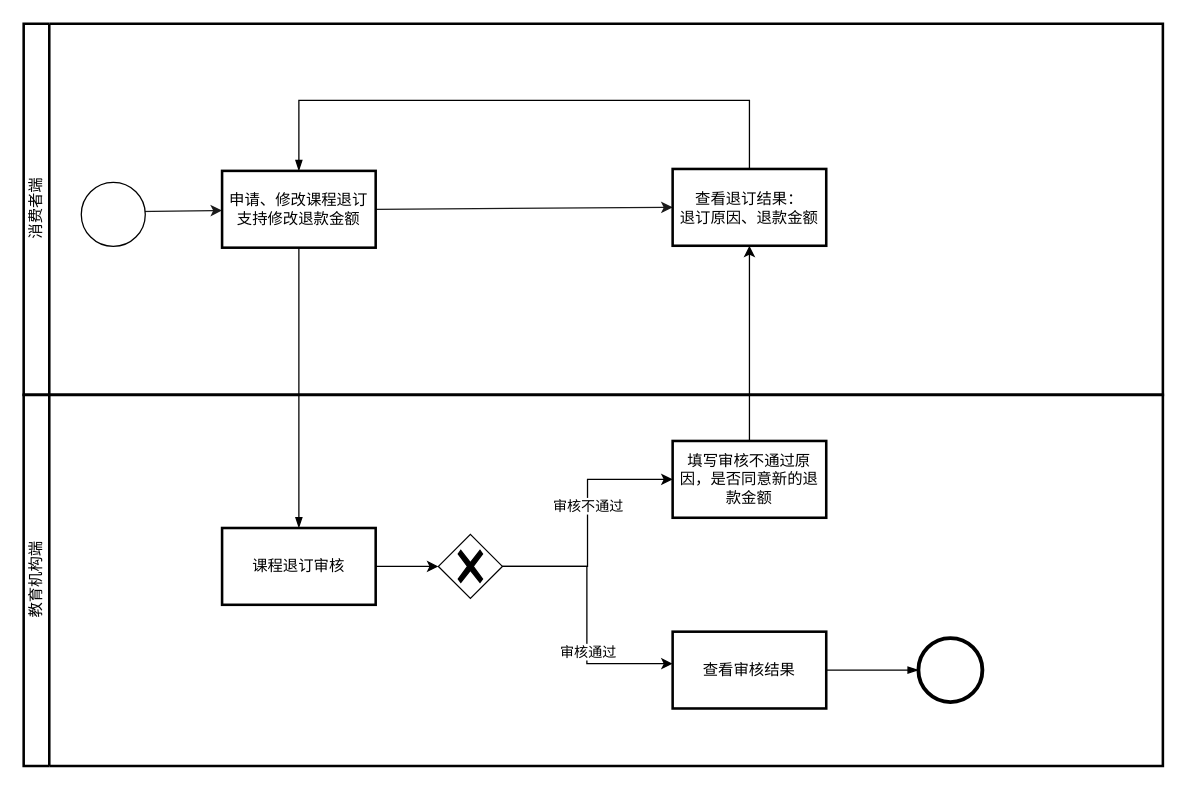
Earlier version of the draw.io diagram page "课程退订" (3 of 4) of docs/资金监管平台流程图.drawio (cuitaocrazy/supervision). Source tidied: cells renumbered, new cells numbered last; positions are measured from the earlier drawing's top-left corner, leaving out a move shared by most shapes. Both pictures are drawn from the tidied source at 128%, with x=0, y=0 at pixel (23, 23).
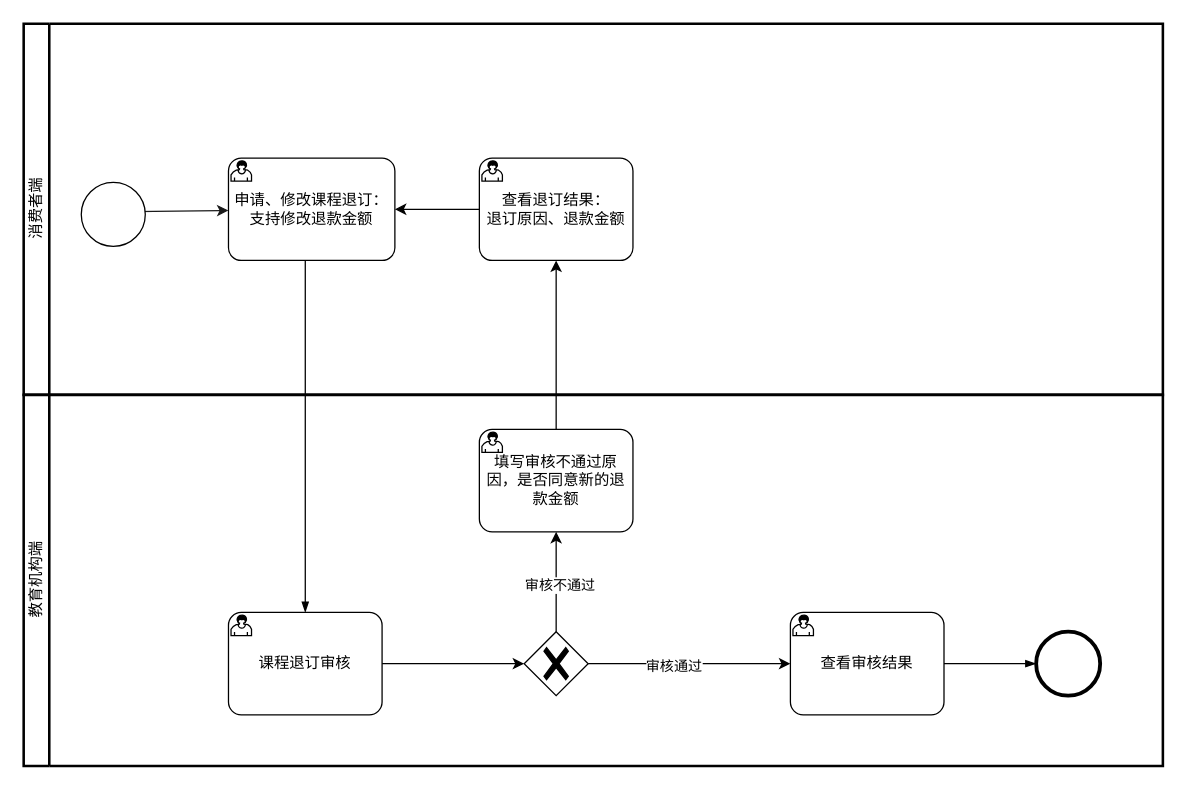
After the change.

Unchanged cells that the change refers to:
```xml
<mxCell id="2" value="消费者端" style="swimlane;html=1;startSize=20;fontStyle=0;horizontal=0;swimlaneLine=1;swimlaneFillColor=#ffffff;strokeWidth=2;" parent="1" vertex="1">
  <mxGeometry width="890" height="290" as="geometry" />
</mxCell>
<mxCell id="9" value="教育机构端" style="swimlane;html=1;startSize=20;fontStyle=0;horizontal=0;swimlaneLine=1;swimlaneFillColor=#ffffff;strokeWidth=2;" parent="1" vertex="1">
  <mxGeometry y="290" width="890" height="290" as="geometry" />
</mxCell>
```

What changed in the source:
```diff
@@
-    <mxCell id="3" style="edgeStyle=none;html=1;strokeColor=#1A1A1A;" parent="2" edge="1" target="5">
+    <mxCell id="3" style="edgeStyle=none;html=1;strokeColor=#1A1A1A;" parent="2" edge="1" target="23">
       <mxGeometry relative="1" as="geometry">
         <mxPoint x="85" y="146.9" as="sourcePoint" />
       </mxGeometry>
     </mxCell>
-    <mxCell id="4" style="edgeStyle=none;html=1;exitX=1;exitY=0.5;exitDx=0;exitDy=0;entryX=0;entryY=0.5;entryDx=0;entryDy=0;strokeColor=#1A1A1A;" parent="2" edge="1" source="5" target="6">
-      <mxGeometry relative="1" as="geometry" />
-    </mxCell>
-    <mxCell id="5" value="申请、修改课程退订&lt;br&gt;支持修改退款金额" style="whiteSpace=wrap;html=1;strokeWidth=2;" parent="2" vertex="1">
-      <mxGeometry x="155" y="115" width="120" height="60" as="geometry" />
-    </mxCell>
+    <mxCell id="7" style="shape=mxgraph.bpmn.event;html=1;verticalLabelPosition=bottom;labelBackgroundColor=#ffffff;verticalAlign=top;align=center;perimeter=ellipsePerimeter;outline=standard;symbol=general;" parent="2" vertex="1">
+      <mxGeometry x="45" y="124" width="50" height="50" as="geometry" />
+    </mxCell>
+    <mxCell id="23" value="申请、修改课程退订：&#10;支持修改退款金额" style="points=[[0.25,0,0],[0.5,0,0],[0.75,0,0],[1,0.25,0],[1,0.5,0],[1,0.75,0],[0.75,1,0],[0.5,1,0],[0.25,1,0],[0,0.75,0],[0,0.5,0],[0,0.25,0]];shape=mxgraph.bpmn.task;whiteSpace=wrap;rectStyle=rounded;size=10;taskMarker=user;" parent="2" vertex="1">
+      <mxGeometry x="160" y="105" width="130" height="80" as="geometry" />
+    </mxCell>
+    <mxCell id="24" style="edgeStyle=orthogonalEdgeStyle;rounded=0;jettySize=auto;html=1;entryX=1;entryY=0.5;entryDx=0;entryDy=0;entryPerimeter=0;" parent="2" edge="1" source="6" target="23">
+      <mxGeometry relative="1" as="geometry" />
+    </mxCell>
-    <mxCell id="6" value="查看退订结果：&lt;br&gt;退订原因、退款金额" style="whiteSpace=wrap;html=1;strokeWidth=2;" parent="2" vertex="1">
-      <mxGeometry x="507" y="113.5" width="120" height="60" as="geometry" />
+    <mxCell id="6" value="查看退订结果：&#10;退订原因、退款金额" style="points=[[0.25,0,0],[0.5,0,0],[0.75,0,0],[1,0.25,0],[1,0.5,0],[1,0.75,0],[0.75,1,0],[0.5,1,0],[0.25,1,0],[0,0.75,0],[0,0.5,0],[0,0.25,0]];shape=mxgraph.bpmn.task;whiteSpace=wrap;rectStyle=rounded;size=10;taskMarker=user;" parent="2" vertex="1">
+      <mxGeometry x="356" y="105" width="120" height="80" as="geometry" />
     </mxCell>
-    <mxCell id="7" style="shape=mxgraph.bpmn.event;html=1;verticalLabelPosition=bottom;labelBackgroundColor=#ffffff;verticalAlign=top;align=center;perimeter=ellipsePerimeter;outline=standard;symbol=general;" parent="2" vertex="1">
-      <mxGeometry x="45" y="124" width="50" height="50" as="geometry" />
-    </mxCell>
-    <mxCell id="8" style="edgeStyle=elbowEdgeStyle;fontSize=12;html=1;endArrow=blockThin;endFill=1;rounded=0;" parent="2" edge="1" source="6" target="5">
-      <mxGeometry relative="1" as="geometry">
-        <Array as="points">
-          <mxPoint x="390" y="60" />
-        </Array>
-      </mxGeometry>
-    </mxCell>
@@
-    <mxCell id="11" value="课程退订审核" style="whiteSpace=wrap;html=1;strokeWidth=2;" parent="9" vertex="1">
-      <mxGeometry x="155" y="104" width="120" height="60" as="geometry" />
-    </mxCell>
-    <mxCell id="12" value="填写审核不通过原因，是否同意新的退款金额" style="whiteSpace=wrap;html=1;strokeWidth=2;" parent="9" vertex="1">
-      <mxGeometry x="507" y="36" width="120" height="60" as="geometry" />
-    </mxCell>
-    <mxCell id="13" value="查看审核结果" style="whiteSpace=wrap;html=1;strokeWidth=2;" parent="9" vertex="1">
-      <mxGeometry x="507" y="185" width="120" height="60" as="geometry" />
-    </mxCell>
-    <mxCell id="14" style="edgeStyle=orthogonalEdgeStyle;rounded=0;jettySize=auto;html=1;entryX=0;entryY=0.5;entryDx=0;entryDy=0;" parent="9" edge="1" source="18" target="12">
+    <mxCell id="14" style="edgeStyle=orthogonalEdgeStyle;rounded=0;jettySize=auto;html=1;" parent="9" edge="1" source="18" target="12">
       <mxGeometry relative="1" as="geometry" />
     </mxCell>
     <mxCell id="15" value="审核不通过" style="edgeLabel;html=1;align=center;verticalAlign=middle;" parent="14" vertex="1">
-      <mxGeometry x="0.13" y="1" relative="1" as="geometry">
-        <mxPoint x="1" as="offset" />
-      </mxGeometry>
+      <mxGeometry x="-0.05" y="-2" relative="1" as="geometry" />
     </mxCell>
-    <mxCell id="16" style="edgeStyle=orthogonalEdgeStyle;rounded=0;jettySize=auto;html=1;" parent="9" edge="1" target="13">
-      <mxGeometry relative="1" as="geometry">
-        <mxPoint x="368" y="134" as="sourcePoint" />
-        <Array as="points">
-          <mxPoint x="440" y="134" />
-          <mxPoint x="440" y="210" />
-        </Array>
-      </mxGeometry>
-    </mxCell>
+    <mxCell id="25" style="edgeStyle=orthogonalEdgeStyle;rounded=0;jettySize=auto;html=1;" parent="9" edge="1" source="18" target="13">
+      <mxGeometry relative="1" as="geometry" />
+    </mxCell>
-    <mxCell id="17" value="审核通过" style="edgeLabel;html=1;align=center;verticalAlign=middle;" parent="16" vertex="1">
-      <mxGeometry x="0.28" relative="1" as="geometry" />
+    <mxCell id="17" value="审核通过" style="edgeLabel;html=1;align=center;verticalAlign=middle;" parent="25" vertex="1">
+      <mxGeometry x="-0.16" y="-1" relative="1" as="geometry" />
     </mxCell>
     <mxCell id="18" style="points=[[0.25,0.25,0],[0.5,0,0],[0.75,0.25,0],[1,0.5,0],[0.75,0.75,0],[0.5,1,0],[0.25,0.75,0],[0,0.5,0]];shape=mxgraph.bpmn.gateway2;html=1;verticalLabelPosition=bottom;labelBackgroundColor=#ffffff;verticalAlign=top;align=center;perimeter=rhombusPerimeter;outlineConnect=0;outline=none;symbol=none;gwType=exclusive;" parent="9" vertex="1">
-      <mxGeometry x="324" y="109" width="50" height="50" as="geometry" />
+      <mxGeometry x="391" y="185" width="50" height="50" as="geometry" />
     </mxCell>
     <mxCell id="19" style="points=[[0.145,0.145,0],[0.5,0,0],[0.855,0.145,0],[1,0.5,0],[0.855,0.855,0],[0.5,1,0],[0.145,0.855,0],[0,0.5,0]];shape=mxgraph.bpmn.event;html=1;verticalLabelPosition=bottom;labelBackgroundColor=#ffffff;verticalAlign=top;align=center;perimeter=ellipsePerimeter;outlineConnect=0;outline=end;symbol=terminate2;" parent="9" vertex="1">
-      <mxGeometry x="699" y="190" width="50" height="50" as="geometry" />
+      <mxGeometry x="791" y="185" width="50" height="50" as="geometry" />
     </mxCell>
-    <mxCell id="20" style="edgeStyle=elbowEdgeStyle;fontSize=12;html=1;endArrow=blockThin;endFill=1;rounded=0;exitX=1;exitY=0.5;exitDx=0;exitDy=0;" parent="9" edge="1" source="13" target="19">
+    <mxCell id="20" style="edgeStyle=elbowEdgeStyle;fontSize=12;html=1;endArrow=blockThin;endFill=1;rounded=0;" parent="9" edge="1" source="13" target="19">
       <mxGeometry relative="1" as="geometry" />
     </mxCell>
+    <mxCell id="11" value="课程退订审核" style="points=[[0.25,0,0],[0.5,0,0],[0.75,0,0],[1,0.25,0],[1,0.5,0],[1,0.75,0],[0.75,1,0],[0.5,1,0],[0.25,1,0],[0,0.75,0],[0,0.5,0],[0,0.25,0]];shape=mxgraph.bpmn.task;whiteSpace=wrap;rectStyle=rounded;size=10;taskMarker=user;" parent="9" vertex="1">
+      <mxGeometry x="160" y="170" width="120" height="80" as="geometry" />
+    </mxCell>
+    <mxCell id="12" value="填写审核不通过原因，是否同意新的退款金额" style="points=[[0.25,0,0],[0.5,0,0],[0.75,0,0],[1,0.25,0],[1,0.5,0],[1,0.75,0],[0.75,1,0],[0.5,1,0],[0.25,1,0],[0,0.75,0],[0,0.5,0],[0,0.25,0]];shape=mxgraph.bpmn.task;whiteSpace=wrap;rectStyle=rounded;size=10;taskMarker=user;" parent="9" vertex="1">
+      <mxGeometry x="356" y="27" width="120" height="80" as="geometry" />
+    </mxCell>
+    <mxCell id="13" value="查看审核结果" style="points=[[0.25,0,0],[0.5,0,0],[0.75,0,0],[1,0.25,0],[1,0.5,0],[1,0.75,0],[0.75,1,0],[0.5,1,0],[0.25,1,0],[0,0.75,0],[0,0.5,0],[0,0.25,0]];shape=mxgraph.bpmn.task;whiteSpace=wrap;rectStyle=rounded;size=10;taskMarker=user;" parent="9" vertex="1">
+      <mxGeometry x="599" y="170" width="120" height="80" as="geometry" />
+    </mxCell>
-    <mxCell id="21" style="edgeStyle=elbowEdgeStyle;fontSize=12;html=1;endArrow=blockThin;endFill=1;rounded=0;exitX=0.5;exitY=1;exitDx=0;exitDy=0;" parent="1" edge="1" source="5" target="11">
+    <mxCell id="21" style="edgeStyle=elbowEdgeStyle;fontSize=12;html=1;endArrow=blockThin;endFill=1;rounded=0;" parent="1" edge="1" source="23" target="11">
       <mxGeometry relative="1" as="geometry" />
     </mxCell>
```
